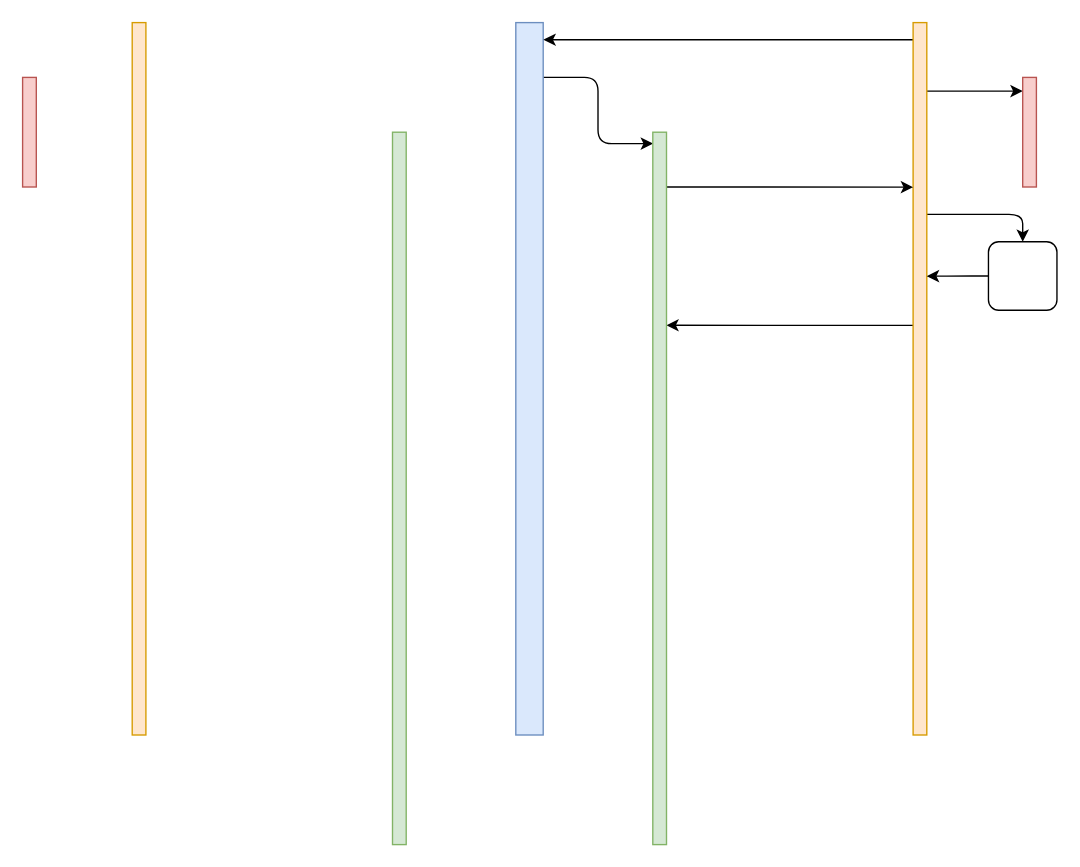
Above: Untitled Diagram.drawio in bhargavbhegde7/GoChat (draw.io), before the change. Source tidied: cells renumbered, new cells numbered last; positions are measured from the earlier drawing's top-left corner, leaving out a move shared by most shapes. Both pictures are drawn from the tidied source at 137%, with x=0, y=0 at pixel (22, 22).
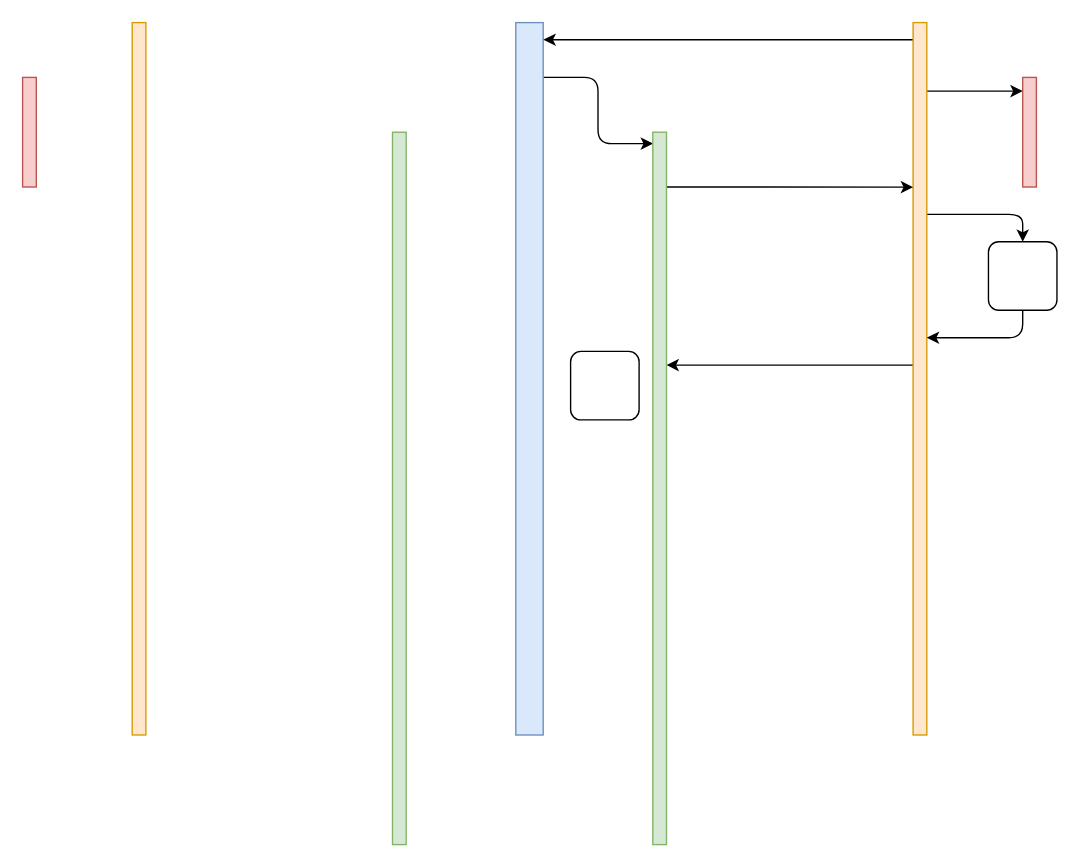
Above is the later version.

The change refers to these unchanged cells:
```xml
<mxCell id="9" style="rounded=0;whiteSpace=wrap;html=1;fillColor=#ffe6cc;strokeColor=#d79b00;" parent="1" vertex="1">
  <mxGeometry x="650" width="10" height="520" as="geometry" />
</mxCell>
<mxCell id="12" style="rounded=0;whiteSpace=wrap;html=1;fillColor=#d5e8d4;strokeColor=#82b366;" parent="1" vertex="1">
  <mxGeometry x="460" y="80" width="10" height="520" as="geometry" />
</mxCell>
<mxCell id="16" style="rounded=1;whiteSpace=wrap;html=1;" parent="1" vertex="1">
  <mxGeometry x="705" y="160" width="50" height="50" as="geometry" />
</mxCell>
```

What changed in the source:
```diff
@@
-    <mxCell id="8" style="edgeStyle=orthogonalEdgeStyle;jettySize=auto;html=1;entryX=0.987;entryY=0.271;entryDx=0;entryDy=0;entryPerimeter=0;rounded=1;" parent="1" edge="1" source="9" target="12">
+    <mxCell id="8" style="edgeStyle=orthogonalEdgeStyle;jettySize=auto;html=1;rounded=1;" parent="1" edge="1" source="9">
       <mxGeometry relative="1" as="geometry">
+        <mxPoint x="470" y="250" as="targetPoint" />
         <Array as="points">
-          <mxPoint x="555" y="221" />
-          <mxPoint x="555" y="221" />
+          <mxPoint x="470" y="250" />
         </Array>
       </mxGeometry>
     </mxCell>
@@
-    <mxCell id="15" style="edgeStyle=orthogonalEdgeStyle;jettySize=auto;html=1;entryX=1;entryY=0.356;entryDx=0;entryDy=0;entryPerimeter=0;rounded=1;" parent="1" edge="1" source="16" target="9">
-      <mxGeometry relative="1" as="geometry" />
+    <mxCell id="15" style="edgeStyle=orthogonalEdgeStyle;jettySize=auto;html=1;rounded=1;exitX=0.5;exitY=1;exitDx=0;exitDy=0;" parent="1" edge="1" source="16" target="9">
+      <mxGeometry relative="1" as="geometry">
+        <Array as="points">
+          <mxPoint x="730" y="230" />
+        </Array>
+      </mxGeometry>
     </mxCell>
@@
+    <mxCell id="17" style="rounded=1;whiteSpace=wrap;html=1;" parent="1" vertex="1">
+      <mxGeometry x="400" y="240" width="50" height="50" as="geometry" />
+    </mxCell>
```
